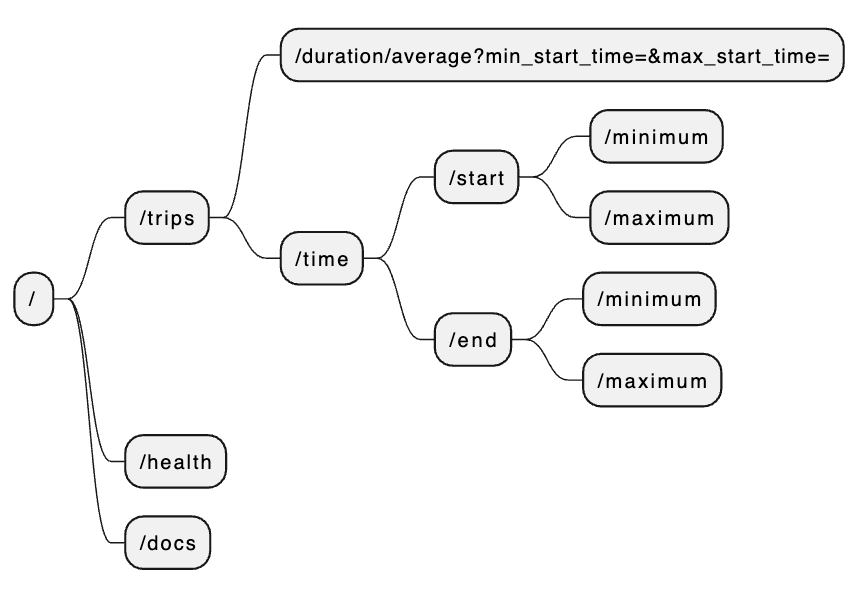
Earlier version of the PlantUML export docs/img/routes.png (Monitoring-Mtl/Bixi-Api). Its source is kept beside it as docs/puml/routes.puml.
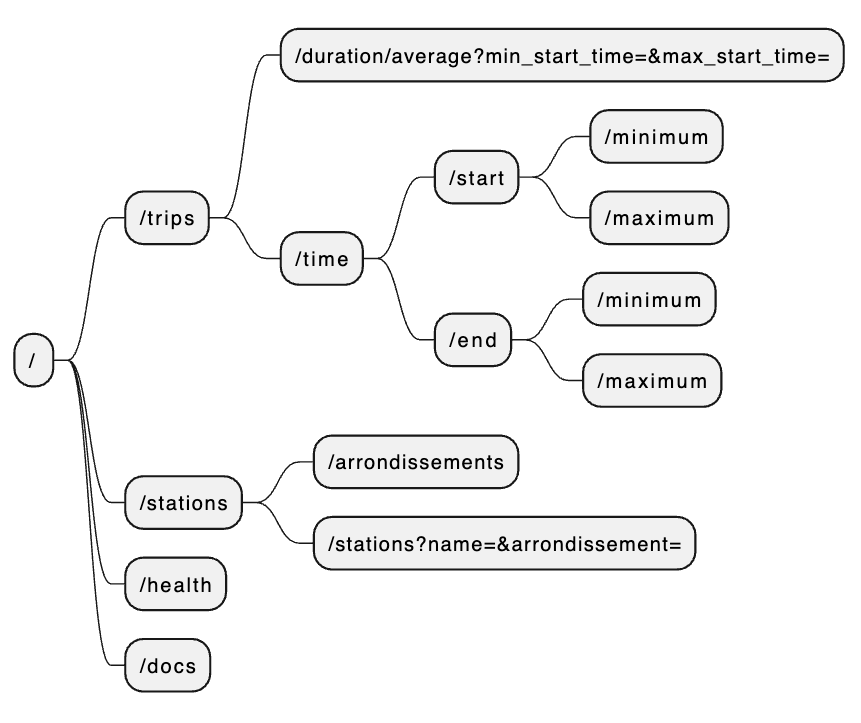
Later version of the same file.

Diff of the diagram source:
```diff
@@ -9,6 +9,10 @@
 **** /end
 ***** /minimum
 ***** /maximum
+** /stations
+*** /arrondissements
+*** /stations?name=&arrondissement=
 ** /health
 ** /docs
+
 @endmindmap
```
